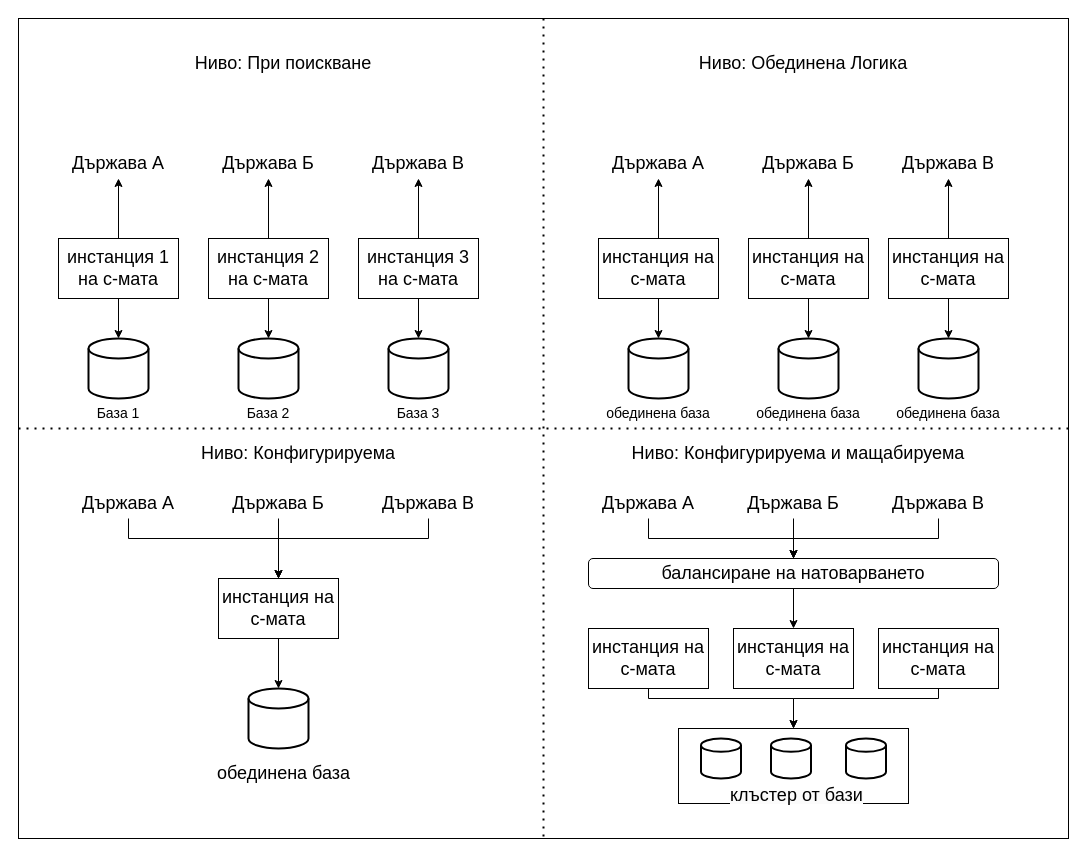
Earlier version of the draw.io diagram Chapter2/ArchMaturityModel.drawio (profjordanov/phd). Source tidied: cells renumbered, new cells numbered last; positions are measured from the earlier drawing's top-left corner, leaving out a move shared by most shapes. Both pictures are drawn from the tidied source at 100%, with x=0, y=0 at pixel (18, 18).
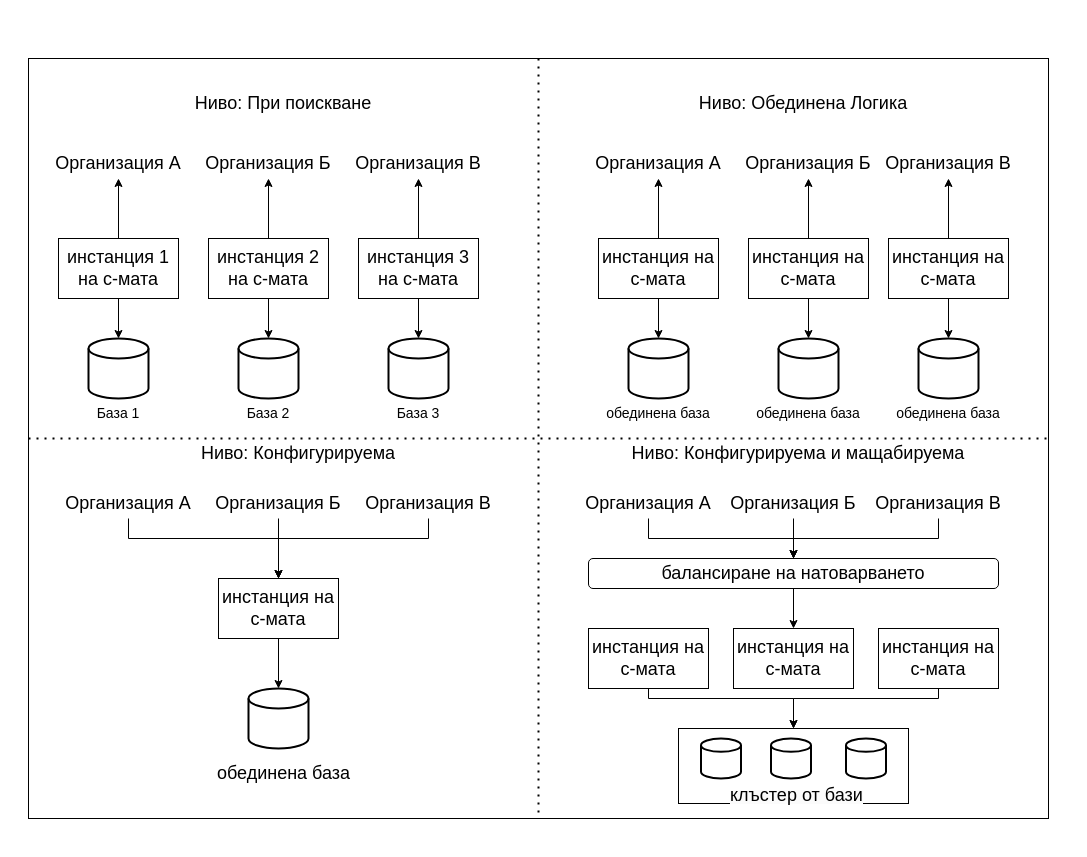
The same diagram, later.

Diff of the diagram source:
```diff
@@
     <mxCell id="2" style="rounded=0;whiteSpace=wrap;html=1;" parent="1" vertex="1">
-      <mxGeometry width="1050" height="820" as="geometry" />
+      <mxGeometry x="10" y="40" width="1020" height="760" as="geometry" />
     </mxCell>
@@
     <mxCell id="5" value="&lt;font style=&quot;font-size: 18px;&quot;&gt;Ниво: Обединена Логика&lt;/font&gt;" style="text;html=1;strokeColor=none;fillColor=none;align=center;verticalAlign=middle;whiteSpace=wrap;rounded=0;" parent="1" vertex="1">
-      <mxGeometry x="630" y="30" width="310" height="30" as="geometry" />
+      <mxGeometry x="630" y="70" width="310" height="30" as="geometry" />
     </mxCell>
     <mxCell id="6" value="&lt;font style=&quot;font-size: 18px;&quot;&gt;Ниво: При поискване&lt;/font&gt;" style="text;html=1;strokeColor=none;fillColor=none;align=center;verticalAlign=middle;whiteSpace=wrap;rounded=0;" parent="1" vertex="1">
-      <mxGeometry x="110" y="30" width="310" height="30" as="geometry" />
+      <mxGeometry x="110" y="70" width="310" height="30" as="geometry" />
     </mxCell>
@@
-    <mxCell id="10" value="&lt;font style=&quot;font-size: 18px;&quot;&gt;Държава A&lt;/font&gt;" style="text;html=1;strokeColor=none;fillColor=none;align=center;verticalAlign=middle;whiteSpace=wrap;rounded=0;" parent="1" vertex="1">
+    <mxCell id="10" value="&lt;font style=&quot;font-size: 18px;&quot;&gt;Организация A&lt;/font&gt;" style="text;html=1;strokeColor=none;fillColor=none;align=center;verticalAlign=middle;whiteSpace=wrap;rounded=0;" parent="1" vertex="1">
       <mxGeometry x="30" y="130" width="140" height="30" as="geometry" />
     </mxCell>
@@
-    <mxCell id="14" value="&lt;font style=&quot;font-size: 18px;&quot;&gt;Държава Б&lt;/font&gt;" style="text;html=1;strokeColor=none;fillColor=none;align=center;verticalAlign=middle;whiteSpace=wrap;rounded=0;" parent="1" vertex="1">
+    <mxCell id="14" value="&lt;font style=&quot;font-size: 18px;&quot;&gt;Организация Б&lt;/font&gt;" style="text;html=1;strokeColor=none;fillColor=none;align=center;verticalAlign=middle;whiteSpace=wrap;rounded=0;" parent="1" vertex="1">
       <mxGeometry x="180" y="130" width="140" height="30" as="geometry" />
     </mxCell>
@@
-    <mxCell id="18" value="&lt;font style=&quot;font-size: 18px;&quot;&gt;Държава В&lt;/font&gt;" style="text;html=1;strokeColor=none;fillColor=none;align=center;verticalAlign=middle;whiteSpace=wrap;rounded=0;" parent="1" vertex="1">
+    <mxCell id="18" value="&lt;font style=&quot;font-size: 18px;&quot;&gt;Организация В&lt;/font&gt;" style="text;html=1;strokeColor=none;fillColor=none;align=center;verticalAlign=middle;whiteSpace=wrap;rounded=0;" parent="1" vertex="1">
       <mxGeometry x="330" y="130" width="140" height="30" as="geometry" />
     </mxCell>
@@
-    <mxCell id="25" value="&lt;font style=&quot;font-size: 18px;&quot;&gt;Държава A&lt;/font&gt;" style="text;html=1;strokeColor=none;fillColor=none;align=center;verticalAlign=middle;whiteSpace=wrap;rounded=0;" parent="1" vertex="1">
+    <mxCell id="25" value="&lt;font style=&quot;font-size: 18px;&quot;&gt;Организация A&lt;/font&gt;" style="text;html=1;strokeColor=none;fillColor=none;align=center;verticalAlign=middle;whiteSpace=wrap;rounded=0;" parent="1" vertex="1">
       <mxGeometry x="570" y="130" width="140" height="30" as="geometry" />
     </mxCell>
@@
-    <mxCell id="29" value="&lt;font style=&quot;font-size: 18px;&quot;&gt;Държава Б&lt;/font&gt;" style="text;html=1;strokeColor=none;fillColor=none;align=center;verticalAlign=middle;whiteSpace=wrap;rounded=0;" parent="1" vertex="1">
+    <mxCell id="29" value="&lt;font style=&quot;font-size: 18px;&quot;&gt;Организация Б&lt;/font&gt;" style="text;html=1;strokeColor=none;fillColor=none;align=center;verticalAlign=middle;whiteSpace=wrap;rounded=0;" parent="1" vertex="1">
       <mxGeometry x="720" y="130" width="140" height="30" as="geometry" />
     </mxCell>
@@
-    <mxCell id="33" value="&lt;font style=&quot;font-size: 18px;&quot;&gt;Държава В&lt;/font&gt;" style="text;html=1;strokeColor=none;fillColor=none;align=center;verticalAlign=middle;whiteSpace=wrap;rounded=0;" parent="1" vertex="1">
+    <mxCell id="33" value="&lt;font style=&quot;font-size: 18px;&quot;&gt;Организация В&lt;/font&gt;" style="text;html=1;strokeColor=none;fillColor=none;align=center;verticalAlign=middle;whiteSpace=wrap;rounded=0;" parent="1" vertex="1">
       <mxGeometry x="860" y="130" width="140" height="30" as="geometry" />
     </mxCell>
@@
-    <mxCell id="47" value="&lt;font style=&quot;font-size: 18px;&quot;&gt;Държава A&lt;/font&gt;" style="text;html=1;strokeColor=none;fillColor=none;align=center;verticalAlign=middle;whiteSpace=wrap;rounded=0;" parent="1" vertex="1">
+    <mxCell id="47" value="&lt;font style=&quot;font-size: 18px;&quot;&gt;Организация A&lt;/font&gt;" style="text;html=1;strokeColor=none;fillColor=none;align=center;verticalAlign=middle;whiteSpace=wrap;rounded=0;" parent="1" vertex="1">
       <mxGeometry x="560" y="470" width="140" height="30" as="geometry" />
     </mxCell>
@@
-    <mxCell id="50" value="&lt;font style=&quot;font-size: 18px;&quot;&gt;Държава Б&lt;/font&gt;" style="text;html=1;strokeColor=none;fillColor=none;align=center;verticalAlign=middle;whiteSpace=wrap;rounded=0;" parent="1" vertex="1">
+    <mxCell id="50" value="&lt;font style=&quot;font-size: 18px;&quot;&gt;Организация Б&lt;/font&gt;" style="text;html=1;strokeColor=none;fillColor=none;align=center;verticalAlign=middle;whiteSpace=wrap;rounded=0;" parent="1" vertex="1">
       <mxGeometry x="705" y="470" width="140" height="30" as="geometry" />
     </mxCell>
@@
-    <mxCell id="54" value="&lt;font style=&quot;font-size: 18px;&quot;&gt;Държава В&lt;/font&gt;" style="text;html=1;strokeColor=none;fillColor=none;align=center;verticalAlign=middle;whiteSpace=wrap;rounded=0;" parent="1" vertex="1">
+    <mxCell id="54" value="&lt;font style=&quot;font-size: 18px;&quot;&gt;Организация В&lt;/font&gt;" style="text;html=1;strokeColor=none;fillColor=none;align=center;verticalAlign=middle;whiteSpace=wrap;rounded=0;" parent="1" vertex="1">
       <mxGeometry x="850" y="470" width="140" height="30" as="geometry" />
     </mxCell>
@@
-    <mxCell id="60" value="&lt;font style=&quot;font-size: 18px;&quot;&gt;Държава A&lt;/font&gt;" style="text;html=1;strokeColor=none;fillColor=none;align=center;verticalAlign=middle;whiteSpace=wrap;rounded=0;" parent="1" vertex="1">
+    <mxCell id="60" value="&lt;font style=&quot;font-size: 18px;&quot;&gt;Организация A&lt;/font&gt;" style="text;html=1;strokeColor=none;fillColor=none;align=center;verticalAlign=middle;whiteSpace=wrap;rounded=0;" parent="1" vertex="1">
       <mxGeometry x="40" y="470" width="140" height="30" as="geometry" />
     </mxCell>
@@
-    <mxCell id="62" value="&lt;font style=&quot;font-size: 18px;&quot;&gt;Държава Б&lt;/font&gt;" style="text;html=1;strokeColor=none;fillColor=none;align=center;verticalAlign=middle;whiteSpace=wrap;rounded=0;" parent="1" vertex="1">
+    <mxCell id="62" value="&lt;font style=&quot;font-size: 18px;&quot;&gt;Организация Б&lt;/font&gt;" style="text;html=1;strokeColor=none;fillColor=none;align=center;verticalAlign=middle;whiteSpace=wrap;rounded=0;" parent="1" vertex="1">
       <mxGeometry x="190" y="470" width="140" height="30" as="geometry" />
     </mxCell>
@@
-    <mxCell id="64" value="&lt;font style=&quot;font-size: 18px;&quot;&gt;Държава В&lt;/font&gt;" style="text;html=1;strokeColor=none;fillColor=none;align=center;verticalAlign=middle;whiteSpace=wrap;rounded=0;" parent="1" vertex="1">
+    <mxCell id="64" value="&lt;font style=&quot;font-size: 18px;&quot;&gt;Организация В&lt;/font&gt;" style="text;html=1;strokeColor=none;fillColor=none;align=center;verticalAlign=middle;whiteSpace=wrap;rounded=0;" parent="1" vertex="1">
       <mxGeometry x="340" y="470" width="140" height="30" as="geometry" />
     </mxCell>
```
